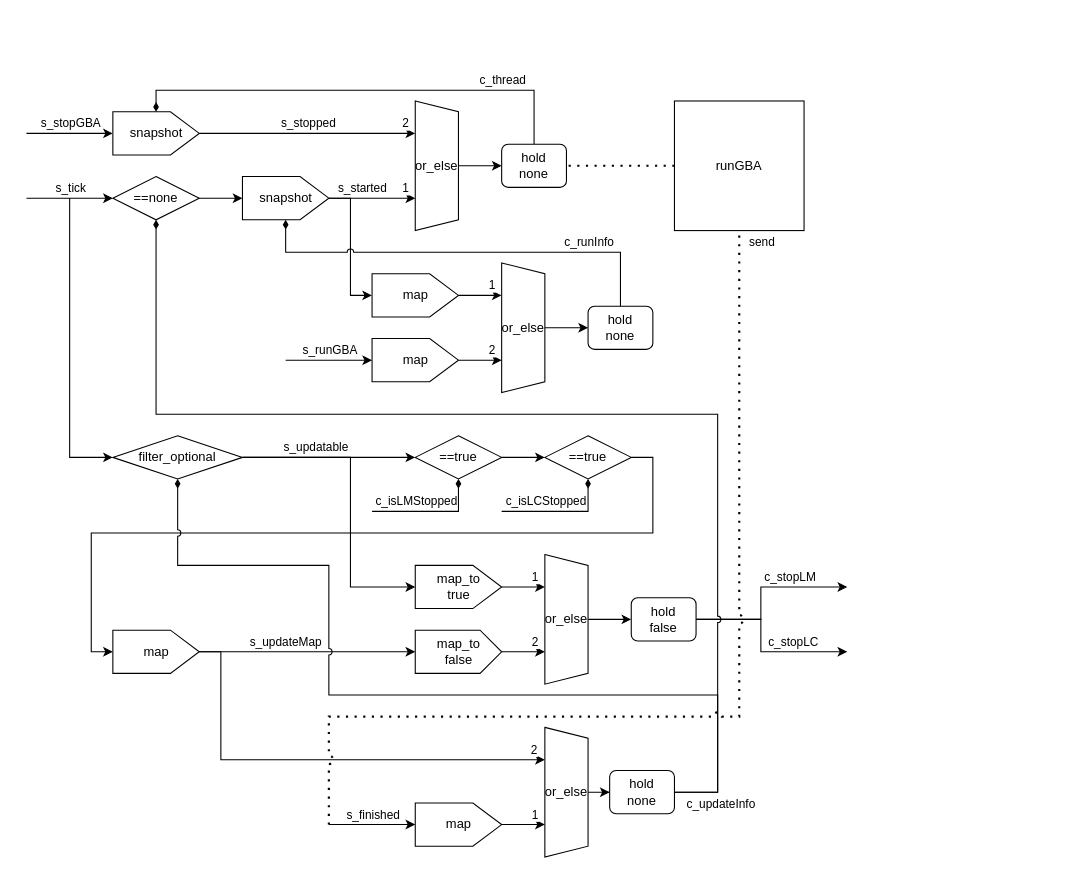
This is images/GBAManager.drawio from suzuki-taro-unofficial/ORB-SLAM3-decoding, a draw.io file, before an edit. Source tidied: cells renumbered, new cells numbered last; positions are measured from the earlier drawing's top-left corner, leaving out a move shared by most shapes. Both pictures are drawn from the tidied source at 108%, with x=0, y=0 at pixel (26, 100).
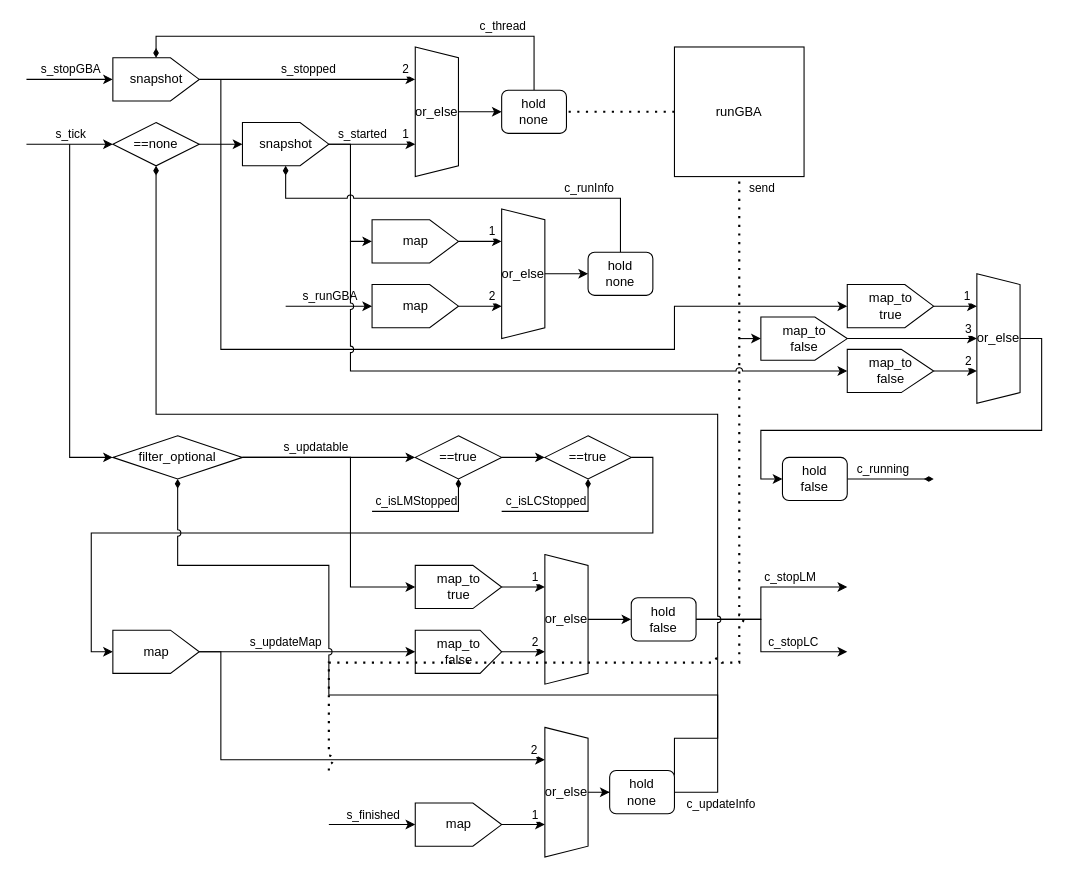
After the change.

The change refers to these unchanged cells:
```xml
<mxCell id="39" value="filter_optional" style="rhombus;whiteSpace=wrap;html=1;" parent="1" vertex="1">
  <mxGeometry x="80" y="310" width="120" height="40" as="geometry" />
</mxCell>
<mxCell id="72" value="hold&lt;div&gt;none&lt;/div&gt;" style="rounded=1;whiteSpace=wrap;html=1;" parent="1" vertex="1">
  <mxGeometry x="540" y="620" width="60" height="40" as="geometry" />
</mxCell>
```

Change to the diagram source:
```diff
@@
     <mxCell id="2" style="endArrow=classic;html=1;rounded=0;entryX=0.5;entryY=0;entryDx=0;entryDy=0;" parent="1" edge="1" target="6">
       <mxGeometry relative="1" as="geometry">
-        <mxPoint y="30" as="sourcePoint" />
+        <mxPoint y="-20" as="sourcePoint" />
       </mxGeometry>
     </mxCell>
@@
     <mxCell id="4" style="endArrow=classic;html=1;rounded=0;entryX=0.5;entryY=0;entryDx=0;entryDy=0;" parent="1" edge="1" target="19">
       <mxGeometry relative="1" as="geometry">
-        <mxPoint x="240" y="240" as="sourcePoint" />
+        <mxPoint x="240" y="190" as="sourcePoint" />
       </mxGeometry>
     </mxCell>
@@
     <mxCell id="6" value="snapshot" style="verticalLabelPosition=middle;verticalAlign=middle;html=1;shape=offPageConnector;rounded=0;size=0.3333333333333333;direction=north;labelPosition=center;align=center;" parent="1" vertex="1">
-      <mxGeometry x="80" y="10" width="80" height="40" as="geometry" />
+      <mxGeometry x="80" y="-40" width="80" height="40" as="geometry" />
     </mxCell>
@@
     <mxCell id="8" value="or_else" style="shape=trapezoid;perimeter=trapezoidPerimeter;whiteSpace=wrap;html=1;fixedSize=1;direction=south;size=10;" parent="1" vertex="1">
-      <mxGeometry x="360" width="40" height="120" as="geometry" />
+      <mxGeometry x="360" y="-50" width="40" height="120" as="geometry" />
     </mxCell>
@@
     <mxCell id="14" value="hold&lt;div&gt;none&lt;/div&gt;" style="rounded=1;whiteSpace=wrap;html=1;" parent="1" vertex="1">
-      <mxGeometry x="440" y="40" width="60" height="40" as="geometry" />
+      <mxGeometry x="440" y="-10" width="60" height="40" as="geometry" />
     </mxCell>
@@
     <mxCell id="16" value="or_else" style="shape=trapezoid;perimeter=trapezoidPerimeter;whiteSpace=wrap;html=1;fixedSize=1;direction=south;size=10;" parent="1" vertex="1">
-      <mxGeometry x="440" y="150" width="40" height="120" as="geometry" />
+      <mxGeometry x="440" y="100" width="40" height="120" as="geometry" />
     </mxCell>
@@
     <mxCell id="19" value="map" style="verticalLabelPosition=middle;verticalAlign=middle;html=1;shape=offPageConnector;rounded=0;size=0.3333333333333333;direction=north;labelPosition=center;align=center;" parent="1" vertex="1">
-      <mxGeometry x="320" y="220" width="80" height="40" as="geometry" />
+      <mxGeometry x="320" y="170" width="80" height="40" as="geometry" />
     </mxCell>
     <mxCell id="20" style="endArrow=classic;html=1;rounded=0;entryX=0;entryY=0.5;entryDx=0;entryDy=0;" parent="1" edge="1" target="23">
       <mxGeometry relative="1" as="geometry">
-        <mxPoint y="90" as="sourcePoint" />
+        <mxPoint y="40" as="sourcePoint" />
       </mxGeometry>
     </mxCell>
@@
     <mxCell id="23" value="==none" style="rhombus;whiteSpace=wrap;html=1;" parent="1" vertex="1">
-      <mxGeometry x="80" y="70" width="80" height="40" as="geometry" />
+      <mxGeometry x="80" y="20" width="80" height="40" as="geometry" />
     </mxCell>
@@
     <mxCell id="28" value="snapshot" style="verticalLabelPosition=middle;verticalAlign=middle;html=1;shape=offPageConnector;rounded=0;size=0.3333333333333333;direction=north;labelPosition=center;align=center;" parent="1" vertex="1">
-      <mxGeometry x="200" y="70" width="80" height="40" as="geometry" />
+      <mxGeometry x="200" y="20" width="80" height="40" as="geometry" />
     </mxCell>
@@
     <mxCell id="31" value="map" style="verticalLabelPosition=middle;verticalAlign=middle;html=1;shape=offPageConnector;rounded=0;size=0.3333333333333333;direction=north;labelPosition=center;align=center;" parent="1" vertex="1">
-      <mxGeometry x="320" y="160" width="80" height="40" as="geometry" />
+      <mxGeometry x="320" y="110" width="80" height="40" as="geometry" />
     </mxCell>
     <mxCell id="32" style="edgeStyle=orthogonalEdgeStyle;rounded=0;jettySize=auto;html=1;exitX=0.5;exitY=0;exitDx=0;exitDy=0;entryX=0;entryY=0.5;entryDx=0;entryDy=0;endArrow=diamondThin;endFill=1;jumpStyle=arc;" parent="1" edge="1" source="34" target="28">
       <mxGeometry relative="1" as="geometry">
         <Array as="points">
-          <mxPoint x="550" y="140" />
-          <mxPoint x="240" y="140" />
+          <mxPoint x="550" y="90" />
+          <mxPoint x="240" y="90" />
         </Array>
       </mxGeometry>
     </mxCell>
@@
     <mxCell id="34" value="hold&lt;div&gt;none&lt;/div&gt;" style="rounded=1;whiteSpace=wrap;html=1;" parent="1" vertex="1">
-      <mxGeometry x="520" y="190" width="60" height="40" as="geometry" />
+      <mxGeometry x="520" y="140" width="60" height="40" as="geometry" />
     </mxCell>
     <mxCell id="35" style="endArrow=classic;html=1;rounded=0;entryX=0;entryY=0.5;entryDx=0;entryDy=0;" parent="1" edge="1" target="39">
       <mxGeometry relative="1" as="geometry">
-        <mxPoint x="40" y="90" as="sourcePoint" />
+        <mxPoint x="40" y="40" as="sourcePoint" />
         <Array as="points">
           <mxPoint x="40" y="330" />
         </Array>
       </mxGeometry>
     </mxCell>
@@
     <mxCell id="71" style="edgeStyle=orthogonalEdgeStyle;rounded=0;jettySize=auto;html=1;exitX=1;exitY=0.5;exitDx=0;exitDy=0;entryX=0.5;entryY=1;entryDx=0;entryDy=0;jumpStyle=arc;endArrow=diamondThin;endFill=1;" parent="1" edge="1" source="72" target="23">
       <mxGeometry relative="1" as="geometry">
         <Array as="points">
-          <mxPoint x="640" y="640" />
+          <mxPoint x="600" y="590" />
+          <mxPoint x="640" y="590" />
           <mxPoint x="640" y="290" />
           <mxPoint x="120" y="290" />
         </Array>
       </mxGeometry>
     </mxCell>
@@
     <mxCell id="73" value="runGBA" style="whiteSpace=wrap;html=1;" parent="1" vertex="1">
-      <mxGeometry x="600" width="120" height="120" as="geometry" />
+      <mxGeometry x="600" y="-50" width="120" height="120" as="geometry" />
     </mxCell>
@@
     <mxCell id="75" style="endArrow=none;dashed=1;html=1;dashPattern=1 3;strokeWidth=2;rounded=0;entryX=0.5;entryY=1;entryDx=0;entryDy=0;jumpStyle=arc;" parent="1" edge="1" target="73">
       <mxGeometry relative="1" as="geometry">
-        <mxPoint x="280" y="670" as="sourcePoint" />
+        <mxPoint x="280" y="620" as="sourcePoint" />
         <Array as="points">
-          <mxPoint x="280" y="570" />
-          <mxPoint x="460" y="570" />
-          <mxPoint x="660" y="570" />
-          <mxPoint x="660" y="290" />
-          <mxPoint x="660" y="280" />
+          <mxPoint x="280" y="520" />
+          <mxPoint x="460" y="520" />
+          <mxPoint x="660" y="520" />
+          <mxPoint x="660" y="240" />
+          <mxPoint x="660" y="230" />
         </Array>
       </mxGeometry>
     </mxCell>
@@
+    <mxCell id="81" style="edgeStyle=orthogonalEdgeStyle;rounded=0;jettySize=auto;html=1;exitX=0.5;exitY=0;exitDx=0;exitDy=0;entryX=0;entryY=0.5;entryDx=0;entryDy=0;" parent="1" edge="1" source="82" target="97">
+      <mxGeometry relative="1" as="geometry" />
+    </mxCell>
+    <mxCell id="82" value="or_else" style="shape=trapezoid;perimeter=trapezoidPerimeter;whiteSpace=wrap;html=1;fixedSize=1;direction=south;size=10;" parent="1" vertex="1">
+      <mxGeometry x="880" y="160" width="40" height="120" as="geometry" />
+    </mxCell>
+    <mxCell id="83" style="endArrow=classic;html=1;rounded=0;entryX=0.5;entryY=0;entryDx=0;entryDy=0;" parent="1" edge="1" target="86">
+      <mxGeometry relative="1" as="geometry">
+        <mxPoint x="180" y="-20" as="sourcePoint" />
+        <Array as="points">
+          <mxPoint x="180" y="230" />
+          <mxPoint x="600" y="230" />
+          <mxPoint x="600" y="190" />
+        </Array>
+      </mxGeometry>
+    </mxCell>
+    <mxCell id="84" style="edgeStyle=orthogonalEdgeStyle;rounded=0;jettySize=auto;html=1;exitX=0.5;exitY=1;exitDx=0;exitDy=0;entryX=0.25;entryY=1;entryDx=0;entryDy=0;" parent="1" edge="1" source="86" target="82">
+      <mxGeometry relative="1" as="geometry" />
+    </mxCell>
+    <mxCell id="85" value="1" style="edgeLabel;html=1;align=center;verticalAlign=middle;" parent="84" vertex="1">
+      <mxGeometry x="0.07" y="1" relative="1" as="geometry">
+        <mxPoint x="9" y="-9" as="offset" />
+      </mxGeometry>
+    </mxCell>
+    <mxCell id="86" value="map_to&lt;div&gt;true&lt;/div&gt;" style="verticalLabelPosition=middle;verticalAlign=middle;html=1;shape=offPageConnector;rounded=0;size=0.3333333333333333;direction=north;labelPosition=center;align=center;" parent="1" vertex="1">
+      <mxGeometry x="760" y="170" width="80" height="40" as="geometry" />
+    </mxCell>
+    <mxCell id="87" style="endArrow=classic;html=1;rounded=0;entryX=0.5;entryY=0;entryDx=0;entryDy=0;shadow=0;jumpStyle=arc;" parent="1" edge="1" target="90">
+      <mxGeometry relative="1" as="geometry">
+        <mxPoint x="300" y="130" as="sourcePoint" />
+        <Array as="points">
+          <mxPoint x="300" y="250" />
+        </Array>
+      </mxGeometry>
+    </mxCell>
+    <mxCell id="88" style="edgeStyle=orthogonalEdgeStyle;rounded=0;jettySize=auto;html=1;exitX=0.5;exitY=1;exitDx=0;exitDy=0;entryX=0.75;entryY=1;entryDx=0;entryDy=0;" parent="1" edge="1" source="90" target="82">
+      <mxGeometry relative="1" as="geometry" />
+    </mxCell>
+    <mxCell id="89" value="2" style="edgeLabel;html=1;align=center;verticalAlign=middle;" parent="88" vertex="1">
+      <mxGeometry x="0.57" y="2" relative="1" as="geometry">
+        <mxPoint y="-8" as="offset" />
+      </mxGeometry>
+    </mxCell>
+    <mxCell id="90" value="map_to&lt;div&gt;false&lt;/div&gt;" style="verticalLabelPosition=middle;verticalAlign=middle;html=1;shape=offPageConnector;rounded=0;size=0.375;direction=north;labelPosition=center;align=center;" parent="1" vertex="1">
+      <mxGeometry x="760" y="230" width="80" height="40" as="geometry" />
+    </mxCell>
+    <mxCell id="91" style="edgeStyle=orthogonalEdgeStyle;rounded=0;jettySize=auto;html=1;exitX=0.5;exitY=1;exitDx=0;exitDy=0;entryX=0.5;entryY=1;entryDx=0;entryDy=0;" parent="1" edge="1" source="93" target="82">
+      <mxGeometry relative="1" as="geometry" />
+    </mxCell>
+    <mxCell id="92" value="3" style="edgeLabel;html=1;align=center;verticalAlign=middle;" parent="91" vertex="1">
+      <mxGeometry x="0.41" y="4" relative="1" as="geometry">
+        <mxPoint x="26" y="-6" as="offset" />
+      </mxGeometry>
+    </mxCell>
+    <mxCell id="93" value="map_to&lt;div&gt;false&lt;/div&gt;" style="verticalLabelPosition=middle;verticalAlign=middle;html=1;shape=offPageConnector;rounded=0;size=0.375;direction=north;labelPosition=center;align=center;" parent="1" vertex="1">
+      <mxGeometry x="680" y="200" width="80" height="40" as="geometry" />
+    </mxCell>
+    <mxCell id="94" style="endArrow=classic;html=1;rounded=0;entryX=0.5;entryY=0;entryDx=0;entryDy=0;" parent="1" edge="1" target="93">
+      <mxGeometry relative="1" as="geometry">
+        <mxPoint x="660" y="220" as="sourcePoint" />
+      </mxGeometry>
+    </mxCell>
+    <mxCell id="95" style="edgeStyle=orthogonalEdgeStyle;rounded=0;jettySize=auto;html=1;exitX=1;exitY=0.5;exitDx=0;exitDy=0;endArrow=diamondThin;endFill=1;" parent="1" edge="1" source="97">
+      <mxGeometry relative="1" as="geometry">
+        <mxPoint x="840" y="350" as="targetPoint" />
+      </mxGeometry>
+    </mxCell>
+    <mxCell id="96" value="c_running" style="edgeLabel;html=1;align=center;verticalAlign=middle;" parent="95" vertex="1">
+      <mxGeometry x="-0.2" y="2" relative="1" as="geometry">
+        <mxPoint y="-8" as="offset" />
+      </mxGeometry>
+    </mxCell>
+    <mxCell id="97" value="hold&lt;div&gt;false&lt;/div&gt;" style="rounded=1;whiteSpace=wrap;html=1;" parent="1" vertex="1">
+      <mxGeometry x="700" y="330" width="60" height="40" as="geometry" />
+    </mxCell>
```
